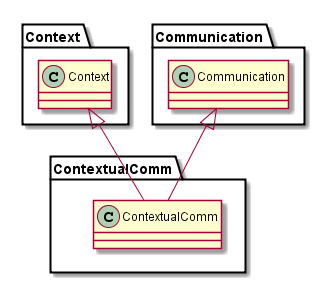
This is docs/Deliverable_52/applications_doc/smart-contextual-assistance/contextual-communication-design.png from reTHINK-project/scenario-service-implementation, a PlantUML export, as it was before one commit.
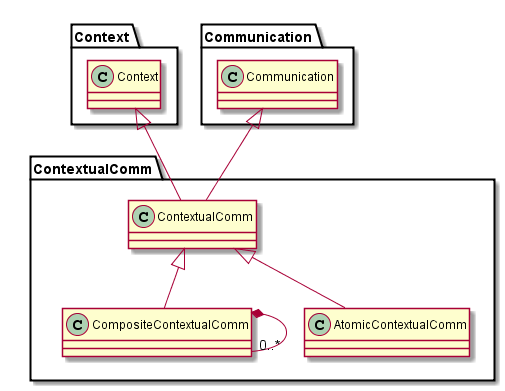
After the change.

Commit message:
contextual comm model updated

Diff of the diagram source:
```diff
@@ -5,10 +5,24 @@
 	class ContextualComm {
 	}
 
+	class CompositeContextualComm {
+	}
+
+	class AtomicContextualComm {
+	}
+
+	class CompositeContextualComm {
+	}
+
+	CompositeContextualComm *-"0..*" CompositeContextualComm
 
 	ContextualComm -up-|> Context.Context
 
 	ContextualComm -up-|> Communication.Communication
+
+	CompositeContextualComm -up-|> ContextualComm
+
+	AtomicContextualComm -up-|> ContextualComm
 }
 
 @enduml
```
